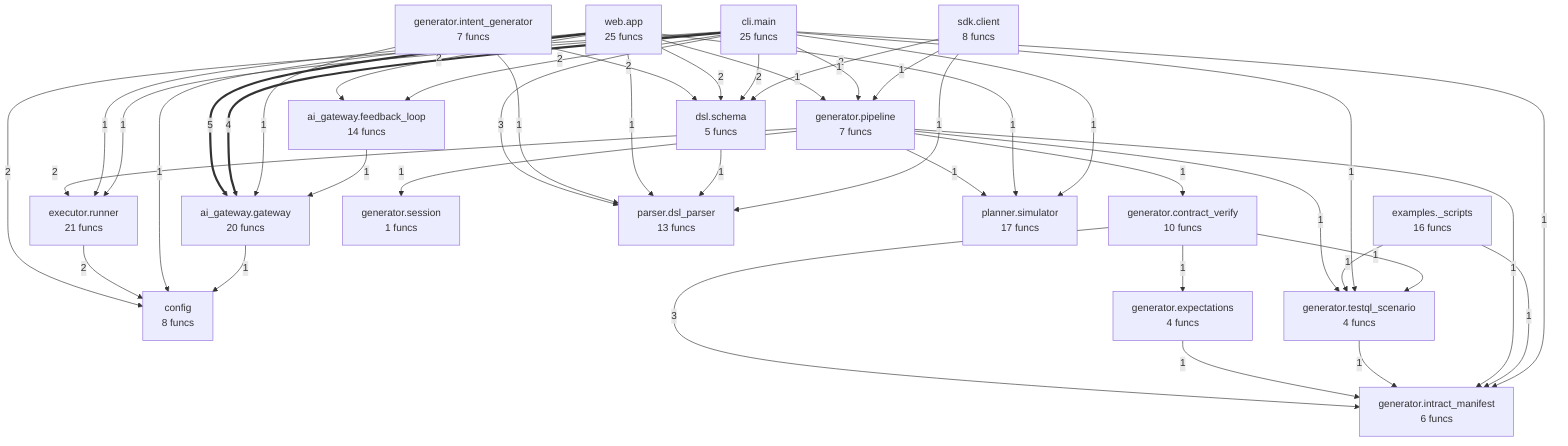
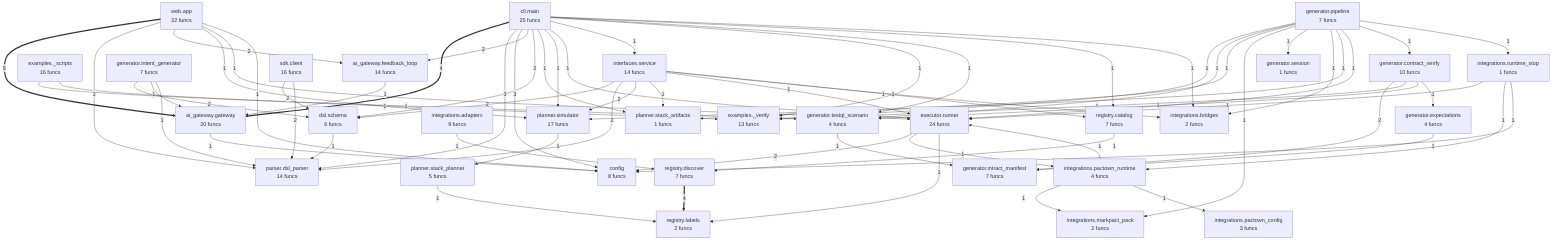
flowchart TD
- %% generated in 0.00s
+ %% generated in 0.01s
    ai_gateway__feedback_loop["ai_gateway.feedback_loop<br/>14 funcs"]
    ai_gateway__gateway["ai_gateway.gateway<br/>20 funcs"]
    cli__main["cli.main<br/>25 funcs"]
    config["config<br/>8 funcs"]
-     dsl__schema["dsl.schema<br/>5 funcs"]
+     dsl__schema["dsl.schema<br/>6 funcs"]
    examples___scripts["examples._scripts<br/>16 funcs"]
-     executor__runner["executor.runner<br/>21 funcs"]
+     examples___verify["examples._verify<br/>13 funcs"]
+     executor__runner["executor.runner<br/>24 funcs"]
    generator__contract_verify["generator.contract_verify<br/>10 funcs"]
    generator__expectations["generator.expectations<br/>4 funcs"]
    generator__intent_generator["generator.intent_generator<br/>7 funcs"]
-     generator__intract_manifest["generator.intract_manifest<br/>6 funcs"]
+     generator__intract_manifest["generator.intract_manifest<br/>7 funcs"]
    generator__pipeline["generator.pipeline<br/>7 funcs"]
    generator__session["generator.session<br/>1 funcs"]
    generator__testql_scenario["generator.testql_scenario<br/>4 funcs"]
-     parser__dsl_parser["parser.dsl_parser<br/>13 funcs"]
+     integrations__adapters["integrations.adapters<br/>9 funcs"]
+     integrations__bridges["integrations.bridges<br/>2 funcs"]
+     integrations__markpact_pack["integrations.markpact_pack<br/>2 funcs"]
+     integrations__pactown_config["integrations.pactown_config<br/>3 funcs"]
+     integrations__pactown_runtime["integrations.pactown_runtime<br/>4 funcs"]
+     integrations__runtime_stop["integrations.runtime_stop<br/>1 funcs"]
+     interfaces__service["interfaces.service<br/>14 funcs"]
+     parser__dsl_parser["parser.dsl_parser<br/>14 funcs"]
    planner__simulator["planner.simulator<br/>17 funcs"]
-     sdk__client["sdk.client<br/>8 funcs"]
-     web__app["web.app<br/>25 funcs"]
+     planner__stack_artifacts["planner.stack_artifacts<br/>1 funcs"]
+     planner__stack_planner["planner.stack_planner<br/>5 funcs"]
+     registry__catalog["registry.catalog<br/>7 funcs"]
+     registry__discover["registry.discover<br/>7 funcs"]
+     registry__labels["registry.labels<br/>2 funcs"]
+     sdk__client["sdk.client<br/>16 funcs"]
+     web__app["web.app<br/>32 funcs"]
    web__app ==>|5| ai_gateway__gateway
+     registry__discover ==>|4| registry__labels
    cli__main ==>|4| ai_gateway__gateway
    cli__main -->|3| parser__dsl_parser
-     generator__contract_verify -->|3| generator__intract_manifest
-     generator__intent_generator -->|2| dsl__schema
-     generator__pipeline -->|2| executor__runner
-     web__app -->|2| dsl__schema
-     web__app -->|2| ai_gateway__feedback_loop
-     cli__main -->|2| config
+     cli__main -->|3| config
+     interfaces__service -->|2| dsl__schema
+     interfaces__service -->|2| parser__dsl_parser
+     interfaces__service -->|2| planner__simulator
+     executor__runner -->|2| config
+     sdk__client -->|2| dsl__schema
+     sdk__client -->|2| parser__dsl_parser
+     generator__contract_verify -->|2| generator__intract_manifest
    cli__main -->|2| ai_gateway__feedback_loop
    cli__main -->|2| dsl__schema
-     executor__runner -->|2| config
-     sdk__client -->|2| dsl__schema
+     generator__intent_generator -->|2| dsl__schema
+     web__app -->|2| parser__dsl_parser
+     web__app -->|2| ai_gateway__feedback_loop
    generator__expectations -->|1| generator__intract_manifest
+     generator__testql_scenario -->|1| generator__intract_manifest
+     examples___scripts -->|1| generator__testql_scenario
+     examples___scripts -->|1| examples___verify
+     ai_gateway__gateway -->|1| config
+     ai_gateway__feedback_loop -->|1| ai_gateway__gateway
+     planner__simulator -->|1| planner__stack_planner
+     registry__catalog -->|1| registry__discover
+     planner__stack_planner -->|1| registry__labels
+     interfaces__service -->|1| planner__stack_artifacts
+     interfaces__service -->|1| executor__runner
+     interfaces__service -->|1| integrations__bridges
+     interfaces__service -->|1| registry__catalog
+     executor__runner -->|1| integrations__pactown_runtime
+     executor__runner -->|1| registry__labels
+     integrations__runtime_stop -->|1| executor__runner
+     integrations__runtime_stop -->|1| integrations__pactown_runtime
+     integrations__runtime_stop -->|1| config
+     integrations__adapters -->|1| registry__discover
+     integrations__pactown_runtime -->|1| executor__runner
+     integrations__pactown_runtime -->|1| integrations__markpact_pack
+     integrations__pactown_runtime -->|1| integrations__pactown_config
+     generator__contract_verify -->|1| examples___verify
+     generator__contract_verify -->|1| generator__testql_scenario
+     generator__contract_verify -->|1| generator__expectations
+     cli__main -->|1| planner__stack_artifacts
+     cli__main -->|1| planner__simulator
+     cli__main -->|1| executor__runner
+     cli__main -->|1| interfaces__service
+     cli__main -->|1| examples___verify
+     cli__main -->|1| generator__testql_scenario
+     cli__main -->|1| registry__catalog
+     cli__main -->|1| integrations__bridges
    generator__intent_generator -->|1| ai_gateway__gateway
    generator__intent_generator -->|1| parser__dsl_parser
-     generator__testql_scenario -->|1| generator__intract_manifest
-     generator__pipeline -->|1| generator__intract_manifest
+     generator__pipeline -->|1| examples___verify
    generator__pipeline -->|1| generator__testql_scenario
+     generator__pipeline -->|1| planner__stack_artifacts
+     generator__pipeline -->|1| integrations__markpact_pack
    generator__pipeline -->|1| generator__session
+     generator__pipeline -->|1| integrations__bridges
    generator__pipeline -->|1| planner__simulator
+     generator__pipeline -->|1| executor__runner
    generator__pipeline -->|1| generator__contract_verify
-     examples___scripts -->|1| generator__testql_scenario
-     examples___scripts -->|1| generator__intract_manifest
-     web__app -->|1| generator__pipeline
-     web__app -->|1| parser__dsl_parser
+     generator__pipeline -->|1| integrations__runtime_stop
+     dsl__schema -->|1| parser__dsl_parser
    web__app -->|1| planner__simulator
    web__app -->|1| executor__runner
    web__app -->|1| config
-     ai_gateway__gateway -->|1| config
-     ai_gateway__feedback_loop -->|1| ai_gateway__gateway
-     cli__main -->|1| planner__simulator
-     cli__main -->|1| executor__runner
-     cli__main -->|1| generator__pipeline
-     cli__main -->|1| generator__intract_manifest
-     cli__main -->|1| generator__testql_scenario
-     dsl__schema -->|1| parser__dsl_parser
-     sdk__client -->|1| generator__pipeline
-     sdk__client -->|1| parser__dsl_parser
-     generator__contract_verify -->|1| generator__testql_scenario
-     generator__contract_verify -->|1| generator__expectations
